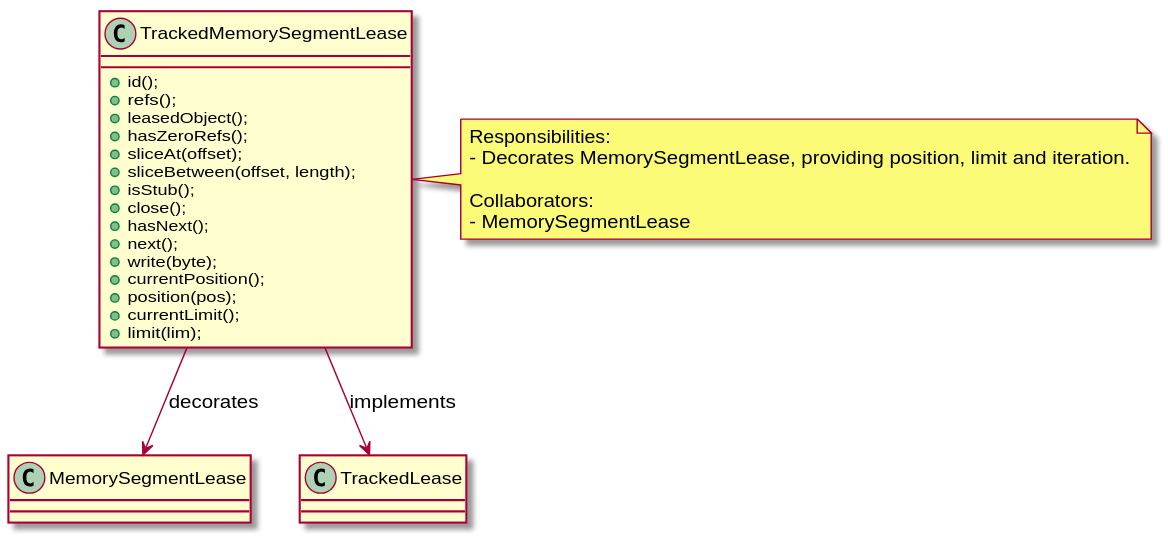
Earlier version of the PlantUML export docs/more-buffer-methods/doxygen/inline_umlgraph_7.svg (eemhu/buf_01).
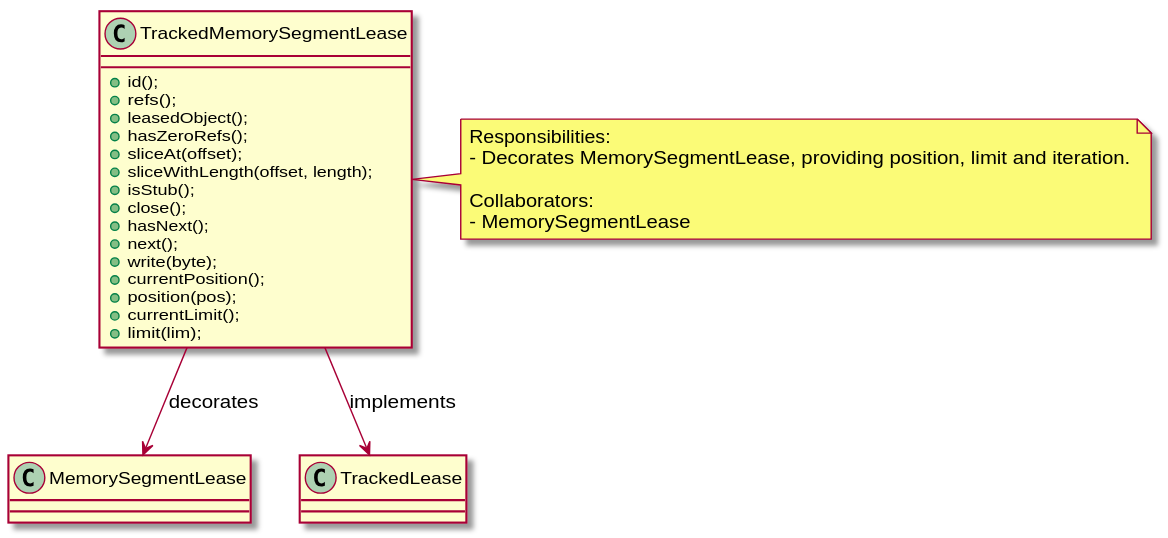
Later version of the same file.

The edit, as a diff of the source:
```diff
@@ -5,7 +5,7 @@
 + leasedObject();
 + hasZeroRefs();
 + sliceAt(offset);
-+ sliceBetween(offset, length);
++ sliceWithLength(offset, length);
 + isStub();
 + close();
 + hasNext();
```
